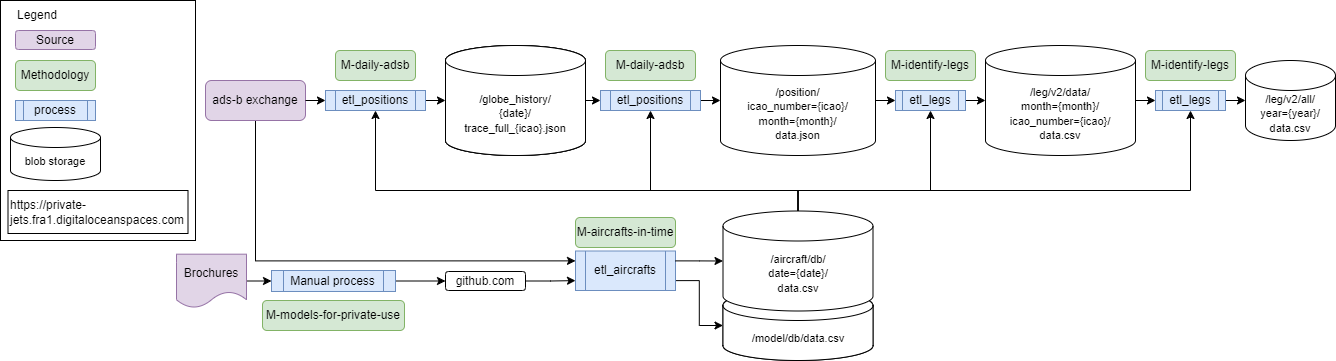
The draw.io diagram design.drawio.png in jorgecardleitao/private-jets, before a commit. Source tidied: cells renumbered, new cells last; positions are measured from the earlier drawing's top-left corner, leaving out a move shared by most shapes.
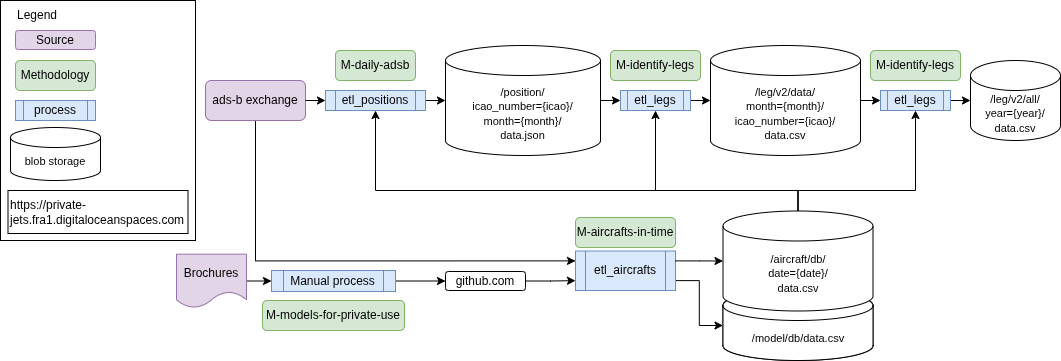
The same file after the commit.

Change to the diagram source:
```diff
@@ -11,56 +11,46 @@
     <mxCell id="4" value="ads-b exchange" style="rounded=1;whiteSpace=wrap;html=1;fillColor=#e1d5e7;strokeColor=#9673a6;" parent="1" vertex="1">
       <mxGeometry x="205" y="80" width="100" height="40" as="geometry" />
     </mxCell>
-    <mxCell id="5" value="&lt;span style=&quot;color: rgb(0, 153, 0); font-size: 11px;&quot;&gt;/globe_history/&lt;/span&gt;&lt;br style=&quot;border-color: var(--border-color); color: rgb(0, 153, 0); font-size: 11px;&quot;&gt;&lt;span style=&quot;color: rgb(0, 153, 0); font-size: 11px;&quot;&gt;{date}/&lt;/span&gt;&lt;br style=&quot;border-color: var(--border-color); color: rgb(0, 153, 0); font-size: 11px;&quot;&gt;&lt;span style=&quot;color: rgb(0, 153, 0); font-size: 11px;&quot;&gt;trace_full_{icao}.json&lt;/span&gt;" style="shape=cylinder3;whiteSpace=wrap;html=1;boundedLbl=1;backgroundOutline=1;size=15;verticalAlign=middle;" parent="1" vertex="1">
-      <mxGeometry x="445" y="45" width="140" height="110" as="geometry" />
-    </mxCell>
     <mxCell id="6" style="endArrow=classic;html=1;exitX=1;exitY=0.5;exitDx=0;exitDy=0;entryX=0;entryY=0.5;entryDx=0;entryDy=0;" parent="1" edge="1" source="4" target="15">
       <mxGeometry relative="1" as="geometry" />
     </mxCell>
     <mxCell id="7" value="&lt;span style=&quot;font-size: 11px;&quot;&gt;/position/&lt;/span&gt;&lt;br style=&quot;border-color: var(--border-color); font-size: 11px;&quot;&gt;&lt;span style=&quot;font-size: 11px;&quot;&gt;icao_number={icao}/&lt;/span&gt;&lt;br style=&quot;border-color: var(--border-color); font-size: 11px;&quot;&gt;&lt;span style=&quot;font-size: 11px;&quot;&gt;month={month}/&lt;/span&gt;&lt;br style=&quot;border-color: var(--border-color); font-size: 11px;&quot;&gt;&lt;span style=&quot;font-size: 11px;&quot;&gt;data.json&lt;/span&gt;" style="shape=cylinder3;whiteSpace=wrap;html=1;boundedLbl=1;backgroundOutline=1;size=15;verticalAlign=middle;fontColor=#000000;" parent="1" vertex="1">
-      <mxGeometry x="720" y="45" width="155" height="110" as="geometry" />
+      <mxGeometry x="445" y="45" width="155" height="110" as="geometry" />
     </mxCell>
     <mxCell id="8" value="https://private-jets.fra1.digitaloceanspaces.com" style="text;whiteSpace=wrap;html=1;fontSize=12;fontColor=#000000;fontStyle=0;strokeColor=default;verticalAlign=middle;" parent="1" vertex="1">
       <mxGeometry x="7.5" y="190" width="180" height="43" as="geometry" />
     </mxCell>
-    <mxCell id="9" style="endArrow=classic;html=1;exitX=1;exitY=0.5;exitDx=0;exitDy=0;entryX=0;entryY=0.5;entryDx=0;entryDy=0;entryPerimeter=0;" parent="1" edge="1" source="16" target="7">
-      <mxGeometry relative="1" as="geometry" />
-    </mxCell>
     <mxCell id="10" value="&lt;span style=&quot;font-size: 11px;&quot;&gt;/leg/v2/data/&lt;/span&gt;&lt;br style=&quot;border-color: var(--border-color); font-size: 11px;&quot;&gt;&lt;span style=&quot;font-size: 11px;&quot;&gt;month={month}/&lt;/span&gt;&lt;br style=&quot;border-color: var(--border-color); font-size: 11px;&quot;&gt;&lt;span style=&quot;font-size: 11px;&quot;&gt;icao_number={icao}/&lt;/span&gt;&lt;br style=&quot;border-color: var(--border-color); font-size: 11px;&quot;&gt;&lt;span style=&quot;font-size: 11px;&quot;&gt;data.csv&lt;/span&gt;" style="shape=cylinder3;whiteSpace=wrap;html=1;boundedLbl=1;backgroundOutline=1;size=15;verticalAlign=middle;fontColor=#000000;" parent="1" vertex="1">
-      <mxGeometry x="985" y="45" width="150" height="110" as="geometry" />
+      <mxGeometry x="710" y="45" width="150" height="110" as="geometry" />
     </mxCell>
     <mxCell id="11" style="endArrow=classic;html=1;exitX=1;exitY=0.5;exitDx=0;exitDy=0;exitPerimeter=0;entryX=0;entryY=0.5;entryDx=0;entryDy=0;" parent="1" edge="1" source="7" target="19">
       <mxGeometry relative="1" as="geometry" />
     </mxCell>
     <mxCell id="12" value="&lt;span style=&quot;font-size: 11px;&quot;&gt;/leg/v2/all/&lt;/span&gt;&lt;br style=&quot;border-color: var(--border-color); font-size: 11px;&quot;&gt;&lt;span style=&quot;font-size: 11px;&quot;&gt;year={year}/&lt;/span&gt;&lt;br style=&quot;border-color: var(--border-color); font-size: 11px;&quot;&gt;&lt;span style=&quot;font-size: 11px;&quot;&gt;data.csv&lt;/span&gt;" style="shape=cylinder3;whiteSpace=wrap;html=1;boundedLbl=1;backgroundOutline=1;size=15;fontColor=#000000;" parent="1" vertex="1">
-      <mxGeometry x="1245" y="60" width="90" height="80" as="geometry" />
+      <mxGeometry x="970" y="60" width="90" height="80" as="geometry" />
     </mxCell>
     <mxCell id="13" style="endArrow=classic;html=1;exitX=1;exitY=0.5;exitDx=0;exitDy=0;exitPerimeter=0;entryX=0;entryY=0.5;entryDx=0;entryDy=0;" parent="1" edge="1" source="10" target="21">
       <mxGeometry relative="1" as="geometry" />
     </mxCell>
-    <mxCell id="14" style="edgeStyle=none;html=1;exitX=1;exitY=0.5;exitDx=0;exitDy=0;entryX=0;entryY=0.5;entryDx=0;entryDy=0;entryPerimeter=0;fontSize=12;" parent="1" edge="1" source="15" target="5">
-      <mxGeometry relative="1" as="geometry" />
+    <mxCell id="14" style="edgeStyle=none;html=1;exitX=1;exitY=0.5;exitDx=0;exitDy=0;entryX=0;entryY=0.5;entryDx=0;entryDy=0;entryPerimeter=0;fontSize=12;" parent="1" edge="1" source="15">
+      <mxGeometry relative="1" as="geometry">
+        <mxPoint x="445" y="100" as="targetPoint" />
+      </mxGeometry>
     </mxCell>
     <mxCell id="15" value="etl_positions" style="shape=process;whiteSpace=wrap;html=1;backgroundOutline=1;fontSize=12;strokeColor=#6c8ebf;fillColor=#dae8fc;" parent="1" vertex="1">
       <mxGeometry x="325" y="90" width="100" height="20" as="geometry" />
     </mxCell>
-    <mxCell id="16" value="etl_positions" style="shape=process;whiteSpace=wrap;html=1;backgroundOutline=1;fontSize=12;strokeColor=#6c8ebf;fillColor=#dae8fc;" parent="1" vertex="1">
-      <mxGeometry x="600" y="90" width="100" height="20" as="geometry" />
-    </mxCell>
-    <mxCell id="17" style="endArrow=classic;html=1;exitX=1;exitY=0.5;exitDx=0;exitDy=0;entryX=0;entryY=0.5;entryDx=0;entryDy=0;exitPerimeter=0;" parent="1" edge="1" source="5" target="16">
-      <mxGeometry relative="1" as="geometry" />
-    </mxCell>
     <mxCell id="18" style="edgeStyle=none;html=1;exitX=1;exitY=0.5;exitDx=0;exitDy=0;entryX=0;entryY=0.5;entryDx=0;entryDy=0;entryPerimeter=0;fontSize=12;" parent="1" edge="1" source="19" target="10">
       <mxGeometry relative="1" as="geometry" />
     </mxCell>
     <mxCell id="19" value="etl_legs" style="shape=process;whiteSpace=wrap;html=1;backgroundOutline=1;fontSize=12;strokeColor=#6c8ebf;fillColor=#dae8fc;" parent="1" vertex="1">
-      <mxGeometry x="895" y="90" width="70" height="20" as="geometry" />
+      <mxGeometry x="620" y="90" width="70" height="20" as="geometry" />
     </mxCell>
     <mxCell id="20" style="edgeStyle=none;html=1;exitX=1;exitY=0.5;exitDx=0;exitDy=0;entryX=0;entryY=0.5;entryDx=0;entryDy=0;entryPerimeter=0;fontSize=12;" parent="1" edge="1" source="21" target="12">
       <mxGeometry relative="1" as="geometry" />
     </mxCell>
     <mxCell id="21" value="etl_legs" style="shape=process;whiteSpace=wrap;html=1;backgroundOutline=1;fontSize=12;strokeColor=#6c8ebf;fillColor=#dae8fc;" parent="1" vertex="1">
-      <mxGeometry x="1155" y="90" width="70" height="20" as="geometry" />
+      <mxGeometry x="880" y="90" width="70" height="20" as="geometry" />
     </mxCell>
     <mxCell id="22" style="edgeStyle=orthogonalEdgeStyle;rounded=0;html=1;exitX=0.5;exitY=0;exitDx=0;exitDy=0;exitPerimeter=0;entryX=0.5;entryY=1;entryDx=0;entryDy=0;fontSize=10;fontColor=#000000;" parent="1" edge="1" source="49" target="15">
       <mxGeometry relative="1" as="geometry">
@@ -70,19 +60,11 @@
         </Array>
       </mxGeometry>
     </mxCell>
-    <mxCell id="23" style="edgeStyle=orthogonalEdgeStyle;rounded=0;html=1;exitX=0.5;exitY=0;exitDx=0;exitDy=0;exitPerimeter=0;entryX=0.5;entryY=1;entryDx=0;entryDy=0;fontSize=10;fontColor=#000000;" parent="1" edge="1" source="49" target="16">
-      <mxGeometry relative="1" as="geometry">
-        <Array as="points">
-          <mxPoint x="798" y="190" />
-          <mxPoint x="650" y="190" />
-        </Array>
-      </mxGeometry>
-    </mxCell>
     <mxCell id="24" style="edgeStyle=orthogonalEdgeStyle;rounded=0;html=1;exitX=0.5;exitY=0;exitDx=0;exitDy=0;exitPerimeter=0;entryX=0.5;entryY=1;entryDx=0;entryDy=0;fontSize=10;fontColor=#000000;" parent="1" edge="1" source="49" target="19">
       <mxGeometry relative="1" as="geometry">
         <Array as="points">
           <mxPoint x="798" y="190" />
-          <mxPoint x="930" y="190" />
+          <mxPoint x="655" y="190" />
         </Array>
       </mxGeometry>
     </mxCell>
@@ -90,7 +72,7 @@
       <mxGeometry relative="1" as="geometry">
         <Array as="points">
           <mxPoint x="798" y="190" />
-          <mxPoint x="1190" y="190" />
+          <mxPoint x="915" y="190" />
         </Array>
       </mxGeometry>
     </mxCell>
@@ -115,14 +97,11 @@
     <mxCell id="32" value="&lt;font color=&quot;#009900&quot;&gt;&lt;span style=&quot;font-size: 11px;&quot;&gt;/model/db/data.csv&lt;/span&gt;&lt;/font&gt;" style="shape=cylinder3;whiteSpace=wrap;html=1;boundedLbl=1;backgroundOutline=1;size=15;verticalAlign=middle;" parent="1" vertex="1">
       <mxGeometry x="722.5" y="290" width="150" height="70" as="geometry" />
     </mxCell>
-    <mxCell id="33" value="M-daily-adsb" style="rounded=1;whiteSpace=wrap;html=1;strokeColor=#82b366;fontSize=12;fillColor=#d5e8d4;" parent="1" vertex="1">
-      <mxGeometry x="605" y="50" width="90" height="30" as="geometry" />
-    </mxCell>
     <mxCell id="34" value="M-identify-legs" style="rounded=1;whiteSpace=wrap;html=1;strokeColor=#82b366;fontSize=12;fillColor=#d5e8d4;" parent="1" vertex="1">
-      <mxGeometry x="885" y="50" width="90" height="30" as="geometry" />
+      <mxGeometry x="610" y="50" width="90" height="30" as="geometry" />
     </mxCell>
     <mxCell id="35" value="M-identify-legs" style="rounded=1;whiteSpace=wrap;html=1;strokeColor=#82b366;fontSize=12;fillColor=#d5e8d4;" parent="1" vertex="1">
-      <mxGeometry x="1145" y="50" width="90" height="30" as="geometry" />
+      <mxGeometry x="870" y="50" width="90" height="30" as="geometry" />
     </mxCell>
     <mxCell id="36" style="edgeStyle=orthogonalEdgeStyle;rounded=0;html=1;exitX=1;exitY=0.25;exitDx=0;exitDy=0;entryX=0;entryY=0.5;entryDx=0;entryDy=0;entryPerimeter=0;fontSize=10;fontColor=#000000;" parent="1" edge="1" source="27" target="49">
       <mxGeometry relative="1" as="geometry" />
@@ -151,15 +130,9 @@
     <mxCell id="44" value="process" style="shape=process;whiteSpace=wrap;html=1;backgroundOutline=1;fontSize=12;strokeColor=#6c8ebf;fillColor=#dae8fc;" parent="1" vertex="1">
       <mxGeometry x="15" y="100" width="80" height="20" as="geometry" />
     </mxCell>
-    <mxCell id="45" value="&lt;span style=&quot;color: rgb(0, 153, 0); font-size: 11px;&quot;&gt;/globe_history/&lt;/span&gt;&lt;br style=&quot;border-color: var(--border-color); color: rgb(0, 153, 0); font-size: 11px;&quot;&gt;&lt;span style=&quot;color: rgb(0, 153, 0); font-size: 11px;&quot;&gt;{date}/&lt;/span&gt;&lt;br style=&quot;border-color: var(--border-color); color: rgb(0, 153, 0); font-size: 11px;&quot;&gt;&lt;span style=&quot;color: rgb(0, 153, 0); font-size: 11px;&quot;&gt;trace_full_{icao}.json&lt;/span&gt;" style="shape=cylinder3;whiteSpace=wrap;html=1;boundedLbl=1;backgroundOutline=1;size=15;verticalAlign=middle;" parent="1" vertex="1">
-      <mxGeometry x="445" y="45" width="140" height="110" as="geometry" />
-    </mxCell>
     <mxCell id="46" value="&lt;font&gt;&lt;span style=&quot;font-size: 11px;&quot;&gt;blob storage&lt;br&gt;&lt;br&gt;&lt;/span&gt;&lt;/font&gt;" style="shape=cylinder3;whiteSpace=wrap;html=1;boundedLbl=1;backgroundOutline=1;size=10;verticalAlign=top;fontColor=#000000;" parent="1" vertex="1">
       <mxGeometry x="10" y="127" width="90" height="53" as="geometry" />
     </mxCell>
-    <mxCell id="47" value="&lt;span style=&quot;font-size: 11px;&quot;&gt;/globe_history/&lt;/span&gt;&lt;br style=&quot;border-color: var(--border-color); font-size: 11px;&quot;&gt;&lt;span style=&quot;font-size: 11px;&quot;&gt;{date}/&lt;/span&gt;&lt;br style=&quot;border-color: var(--border-color); font-size: 11px;&quot;&gt;&lt;span style=&quot;font-size: 11px;&quot;&gt;trace_full_{icao}.json&lt;/span&gt;" style="shape=cylinder3;whiteSpace=wrap;html=1;boundedLbl=1;backgroundOutline=1;size=15;verticalAlign=middle;fontColor=#000000;" parent="1" vertex="1">
-      <mxGeometry x="445" y="45" width="140" height="110" as="geometry" />
-    </mxCell>
     <mxCell id="48" value="&lt;font&gt;&lt;span style=&quot;font-size: 11px;&quot;&gt;/model/db/data.csv&lt;/span&gt;&lt;/font&gt;" style="shape=cylinder3;whiteSpace=wrap;html=1;boundedLbl=1;backgroundOutline=1;size=15;verticalAlign=middle;fontColor=#000000;" parent="1" vertex="1">
       <mxGeometry x="722.5" y="290" width="150" height="70" as="geometry" />
     </mxCell>
```
